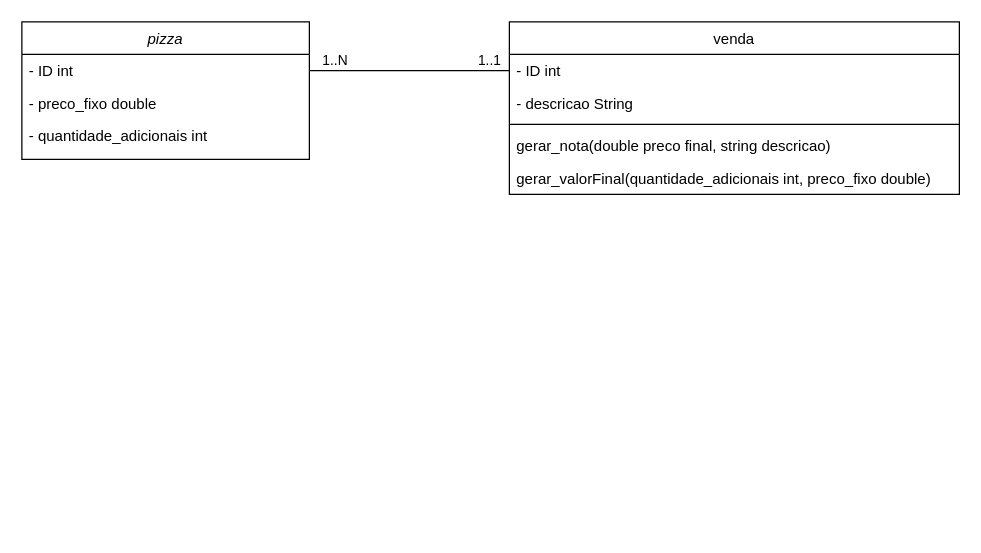
Earlier version of the draw.io diagram classePizza.drawio (ericdiniz/exercicio01_pizza_pm). Source tidied: cells renumbered, new cells numbered last; positions are measured from the earlier drawing's top-left corner, leaving out a move shared by most shapes. Both pictures are drawn from the tidied source at 125%, with x=0, y=0 at pixel (21, 21).
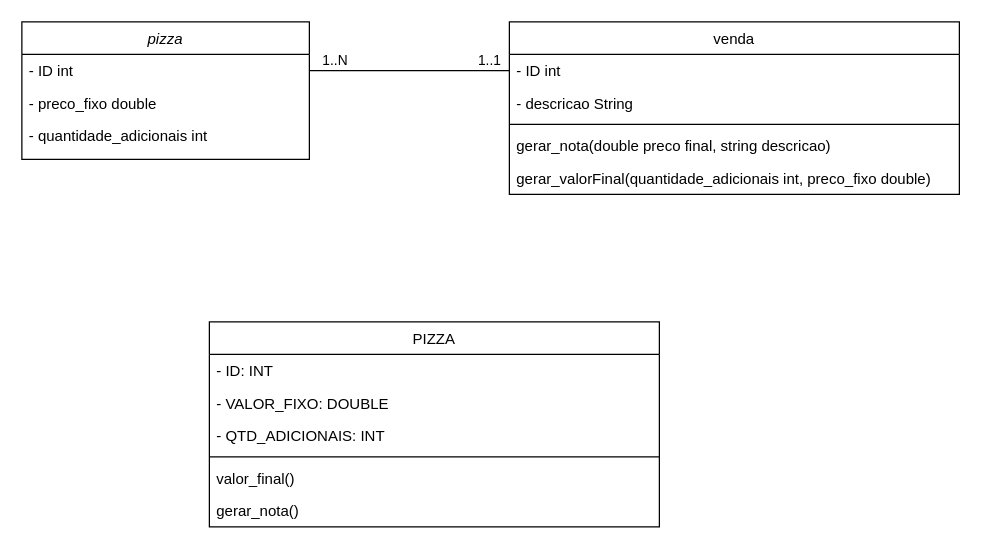
The same page after the edit.

Commit message (it also covers changes not shown here):
adicionando o arquivo de PizzaTeste, alem de um update no arquivo pizza

The edit, as a diff of the source:
```diff
@@
+    <mxCell id="15" value="PIZZA" style="swimlane;fontStyle=0;align=center;verticalAlign=top;horizontal=1;startSize=26;rounded=0;shadow=0;strokeWidth=1;" parent="1" vertex="1">
+      <mxGeometry x="150" y="240" width="360" height="164" as="geometry" />
+    </mxCell>
+    <mxCell id="16" value="- ID: INT" style="text;align=left;verticalAlign=top;spacingLeft=4;spacingRight=4;overflow=hidden;" parent="15" vertex="1">
+      <mxGeometry y="26" width="360" height="26" as="geometry" />
+    </mxCell>
+    <mxCell id="17" value="- VALOR_FIXO: DOUBLE&#10;" style="text;align=left;verticalAlign=top;spacingLeft=4;spacingRight=4;overflow=hidden;" parent="15" vertex="1">
+      <mxGeometry y="52" width="360" height="26" as="geometry" />
+    </mxCell>
+    <mxCell id="18" value="- QTD_ADICIONAIS: INT" style="text;align=left;verticalAlign=top;spacingLeft=4;spacingRight=4;overflow=hidden;" parent="15" vertex="1">
+      <mxGeometry y="78" width="360" height="26" as="geometry" />
+    </mxCell>
+    <mxCell id="19" style="line;html=1;strokeWidth=1;align=left;verticalAlign=middle;spacingTop=-1;spacingLeft=3;spacingRight=3;labelPosition=right;" parent="15" vertex="1">
+      <mxGeometry y="104" width="360" height="8" as="geometry" />
+    </mxCell>
+    <mxCell id="20" value="valor_final()" style="text;align=left;verticalAlign=top;spacingLeft=4;spacingRight=4;overflow=hidden;" parent="15" vertex="1">
+      <mxGeometry y="112" width="360" height="26" as="geometry" />
+    </mxCell>
+    <mxCell id="21" value="gerar_nota()" style="text;align=left;verticalAlign=top;spacingLeft=4;spacingRight=4;overflow=hidden;" parent="15" vertex="1">
+      <mxGeometry y="138" width="360" height="26" as="geometry" />
+    </mxCell>
```
